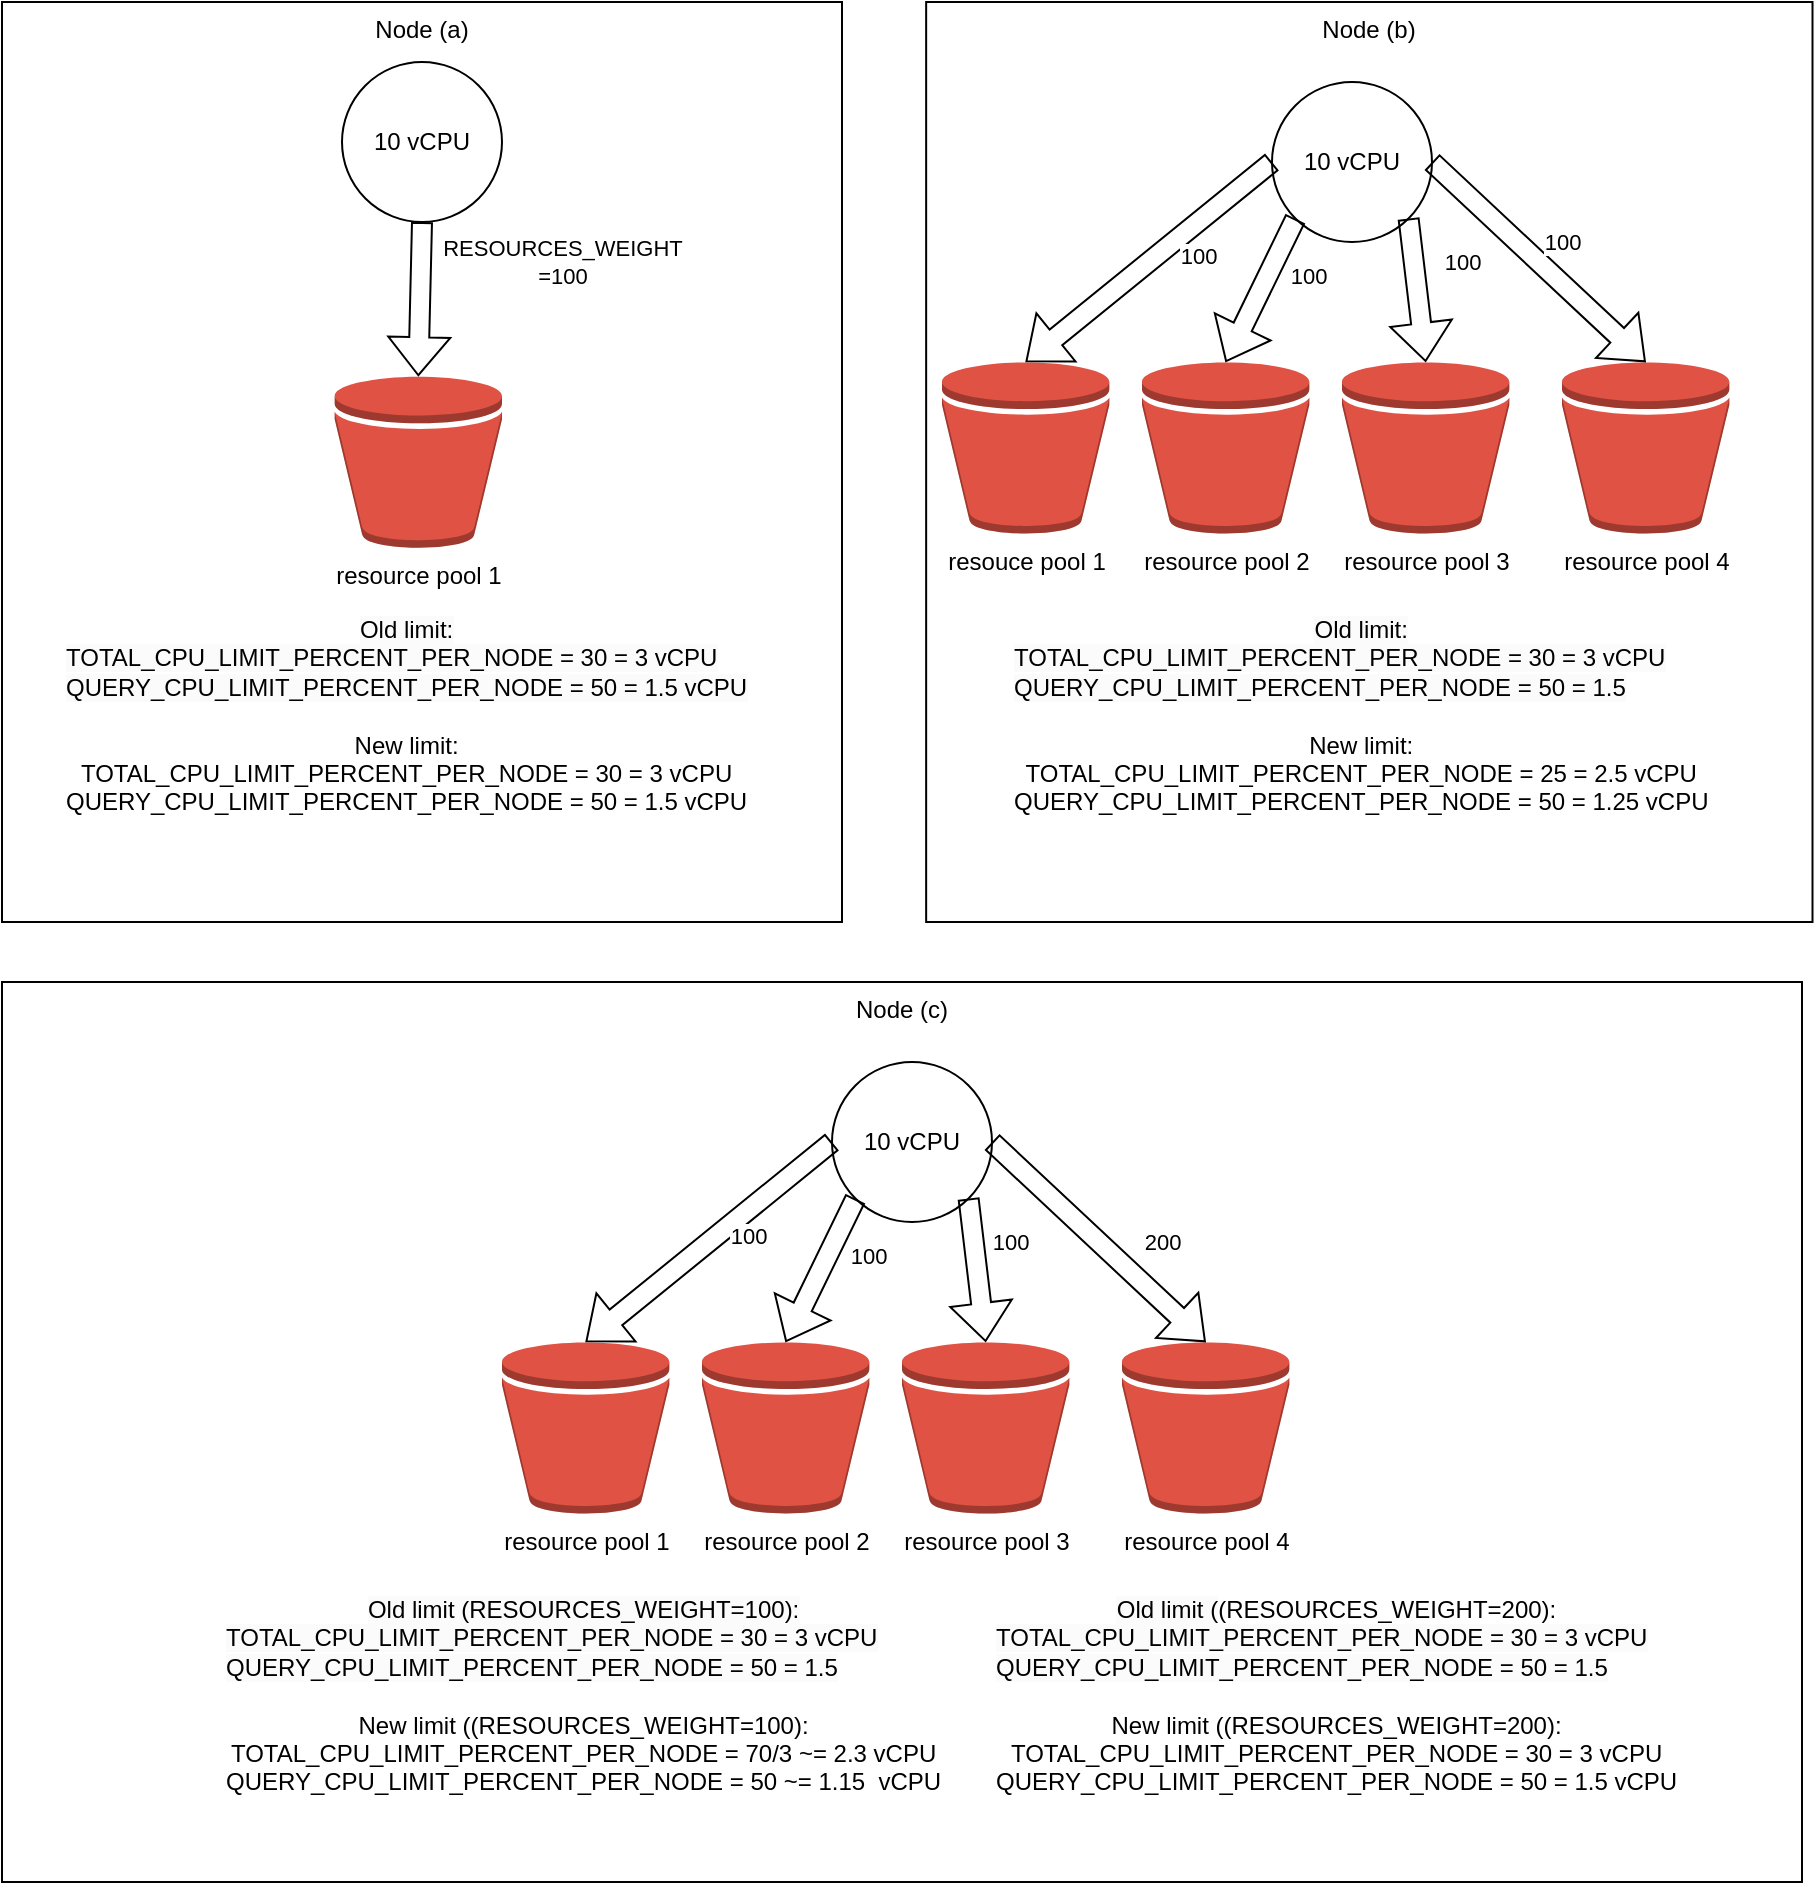
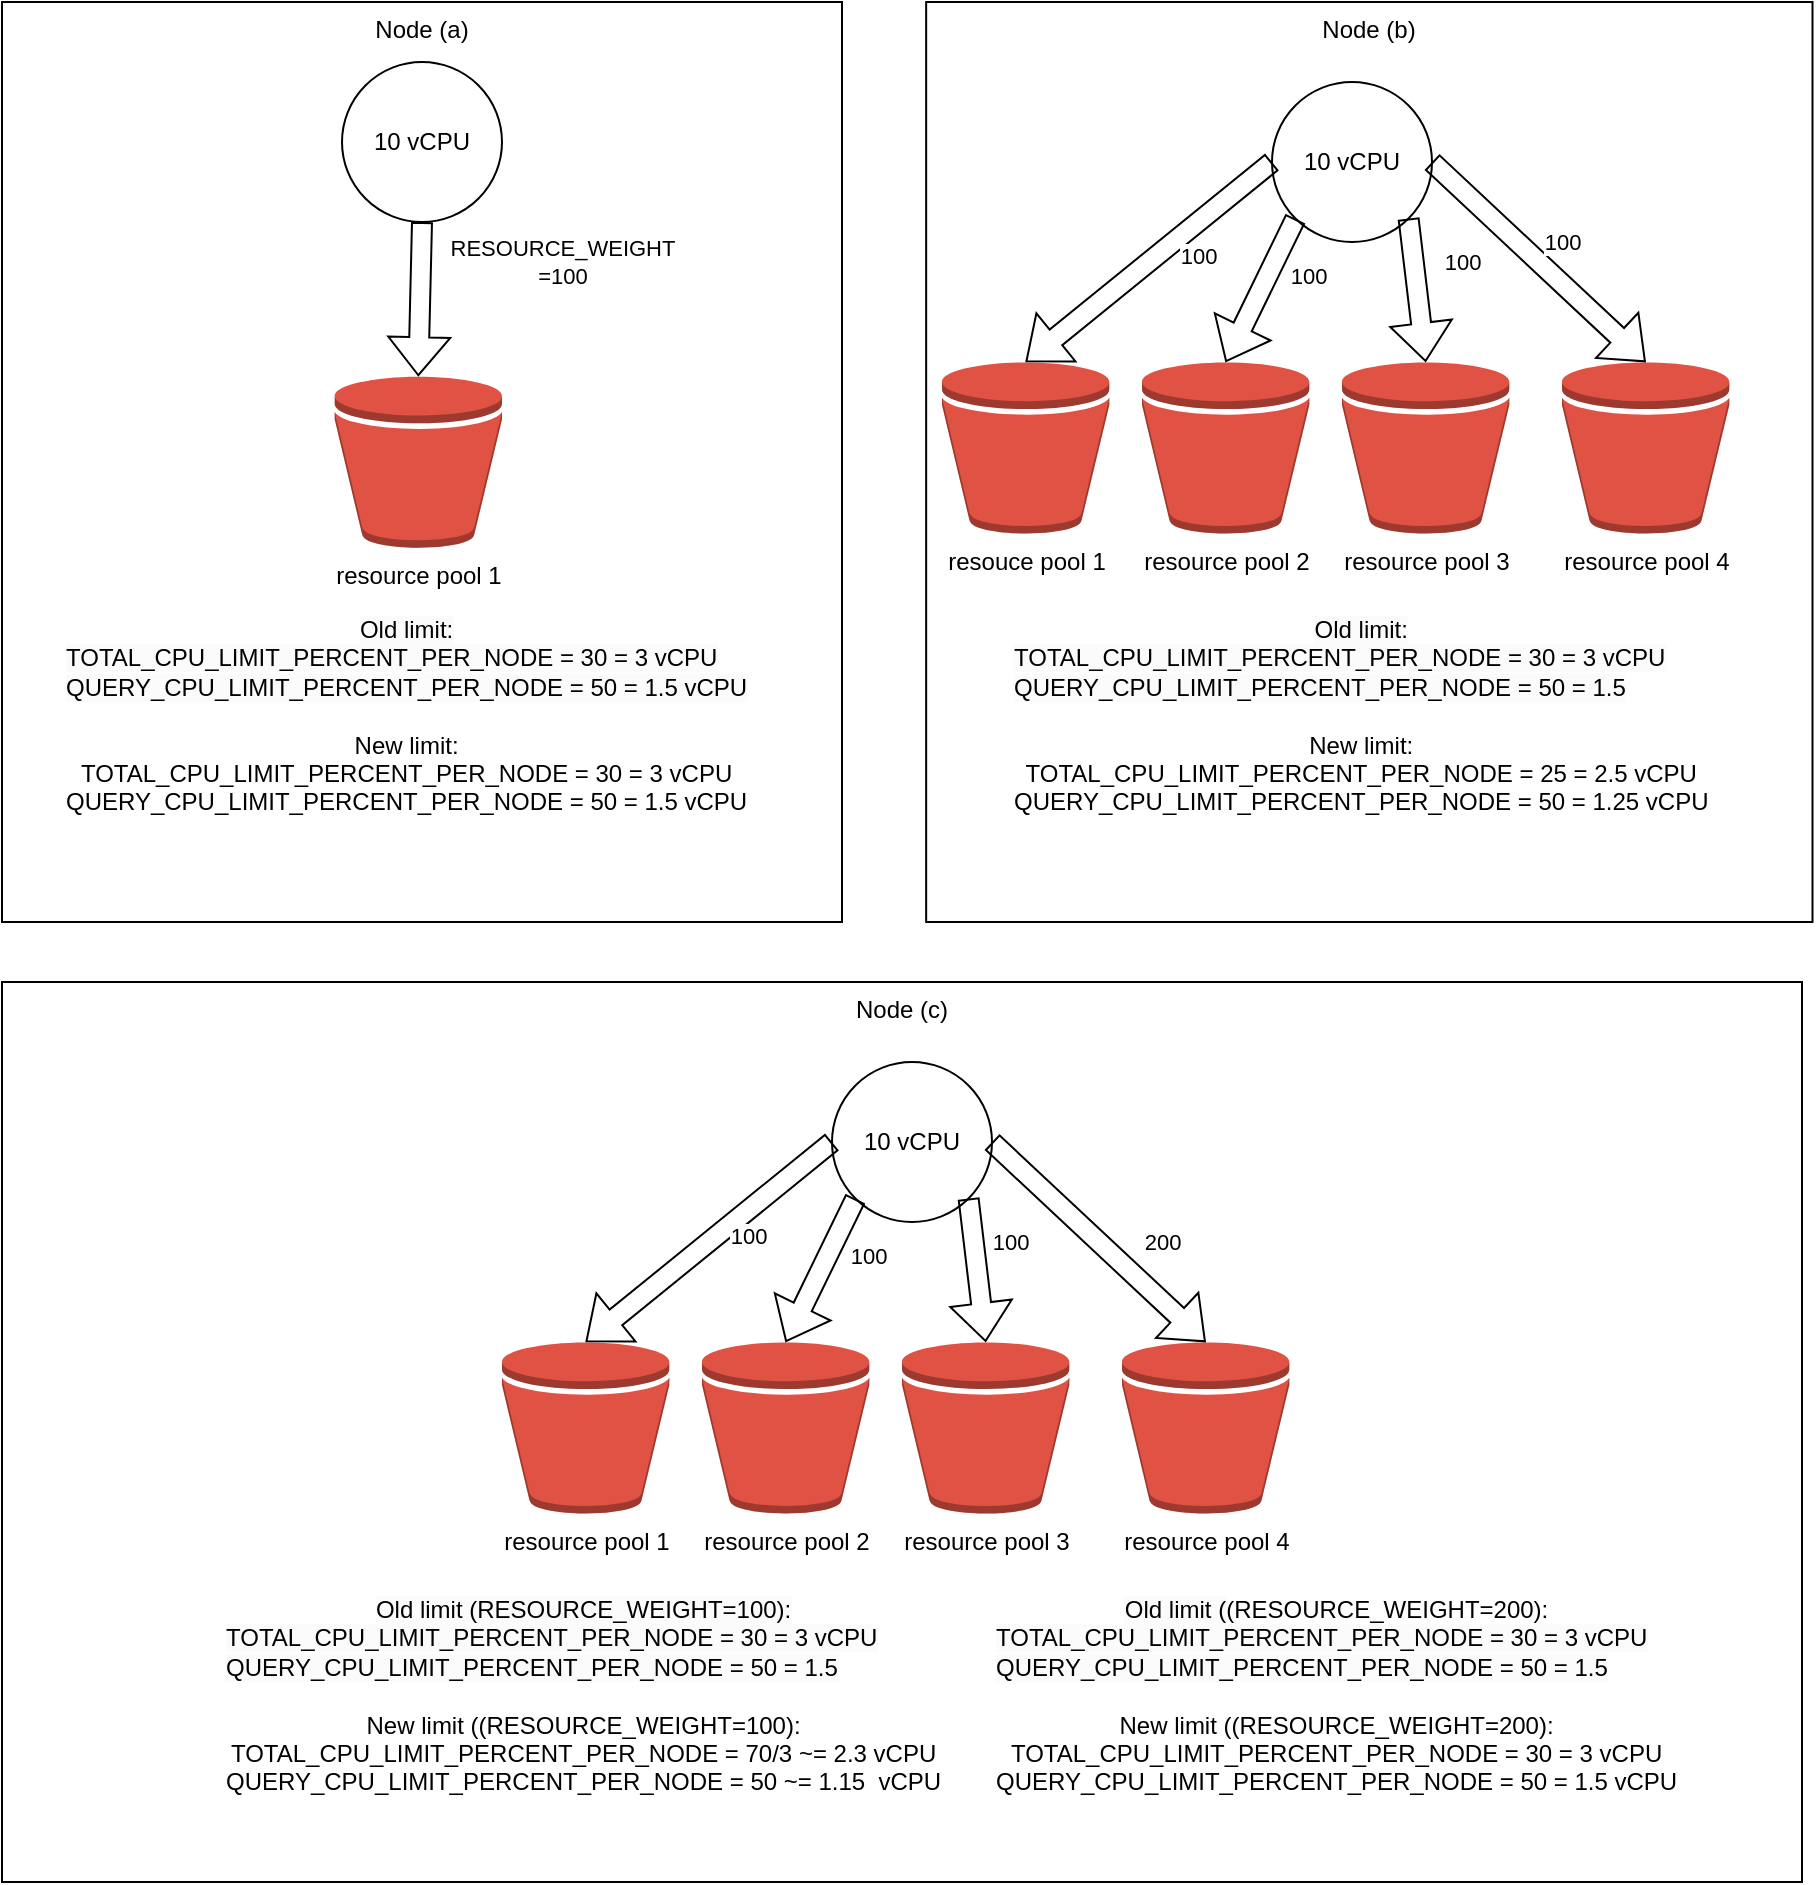
<mxfile host="Electron" agent="Mozilla/5.0 (Windows NT 10.0; Win64; x64) AppleWebKit/537.36 (KHTML, like Gecko) draw.io/28.2.7 Chrome/138.0.7204.251 Electron/37.7.1 Safari/537.36" version="28.2.7">
  <diagram name="Page-1" id="1kG_7Niz39jURVgGLvYL">
    <mxGraphModel dx="925" dy="607" grid="1" gridSize="10" guides="1" tooltips="1" connect="1" arrows="1" fold="1" page="1" pageScale="1" pageWidth="850" pageHeight="1100" math="0" shadow="0">
      <root>
        <mxCell id="0" />
        <mxCell id="1" parent="0" />
        <mxCell id="VCuo0HpmyH9Wwde20rOg-1" value="Node (a)" style="rounded=0;whiteSpace=wrap;html=1;verticalAlign=top;" parent="1" vertex="1">
          <mxGeometry x="60" y="30" width="420" height="460" as="geometry" />
        </mxCell>
        <mxCell id="VCuo0HpmyH9Wwde20rOg-2" value="Node (b)" style="rounded=0;whiteSpace=wrap;html=1;verticalAlign=top;" parent="1" vertex="1">
          <mxGeometry x="522.08" y="30" width="443.17" height="460" as="geometry" />
        </mxCell>
        <mxCell id="VCuo0HpmyH9Wwde20rOg-3" value="resource pool 1" style="outlineConnect=0;dashed=0;verticalLabelPosition=bottom;verticalAlign=top;align=center;html=1;shape=mxgraph.aws3.bucket;fillColor=#E05243;gradientColor=none;" parent="1" vertex="1">
          <mxGeometry x="226.34000000000003" y="217.13" width="83.66" height="85.75" as="geometry" />
        </mxCell>
        <mxCell id="VCuo0HpmyH9Wwde20rOg-4" value="10 vCPU" style="ellipse;whiteSpace=wrap;html=1;aspect=fixed;" parent="1" vertex="1">
          <mxGeometry x="230" y="60" width="80" height="80" as="geometry" />
        </mxCell>
        <mxCell id="VCuo0HpmyH9Wwde20rOg-5" value="&lt;div style=&quot;text-align: center;&quot;&gt;&lt;span style=&quot;color: rgb(0, 0, 0); font-family: Helvetica; font-size: 12px; font-style: normal; font-variant-ligatures: normal; font-variant-caps: normal; font-weight: 400; letter-spacing: normal; orphans: 2; text-indent: 0px; text-transform: none; widows: 2; word-spacing: 0px; -webkit-text-stroke-width: 0px; white-space: nowrap; background-color: rgb(251, 251, 251); text-decoration-thickness: initial; text-decoration-style: initial; text-decoration-color: initial; float: none; display: inline !important;&quot;&gt;Old limit:&lt;/span&gt;&lt;/div&gt;&lt;span style=&quot;color: rgb(0, 0, 0); font-family: Helvetica; font-size: 12px; font-style: normal; font-variant-ligatures: normal; font-variant-caps: normal; font-weight: 400; letter-spacing: normal; orphans: 2; text-align: center; text-indent: 0px; text-transform: none; widows: 2; word-spacing: 0px; -webkit-text-stroke-width: 0px; white-space: nowrap; background-color: rgb(251, 251, 251); text-decoration-thickness: initial; text-decoration-style: initial; text-decoration-color: initial; display: inline !important; float: none;&quot;&gt;TOTAL_CPU_LIMIT_PERCENT_PER_NODE = 30 = 3 vCPU&lt;/span&gt;&lt;br style=&quot;forced-color-adjust: none; color: rgb(0, 0, 0); font-family: Helvetica; font-size: 12px; font-style: normal; font-variant-ligatures: normal; font-variant-caps: normal; font-weight: 400; letter-spacing: normal; orphans: 2; text-align: center; text-indent: 0px; text-transform: none; widows: 2; word-spacing: 0px; -webkit-text-stroke-width: 0px; white-space: nowrap; background-color: rgb(251, 251, 251); text-decoration-thickness: initial; text-decoration-style: initial; text-decoration-color: initial;&quot;&gt;&lt;span style=&quot;color: rgb(0, 0, 0); font-family: Helvetica; font-size: 12px; font-style: normal; font-variant-ligatures: normal; font-variant-caps: normal; font-weight: 400; letter-spacing: normal; orphans: 2; text-align: center; text-indent: 0px; text-transform: none; widows: 2; word-spacing: 0px; -webkit-text-stroke-width: 0px; white-space: nowrap; background-color: rgb(251, 251, 251); text-decoration-thickness: initial; text-decoration-style: initial; text-decoration-color: initial; display: inline !important; float: none;&quot;&gt;QUERY_CPU_LIMIT_PERCENT_PER_NODE = 50 = 1.5 vCPU&lt;/span&gt;&lt;div&gt;&lt;span style=&quot;color: rgb(0, 0, 0); font-family: Helvetica; font-size: 12px; font-style: normal; font-variant-ligatures: normal; font-variant-caps: normal; font-weight: 400; letter-spacing: normal; orphans: 2; text-align: center; text-indent: 0px; text-transform: none; widows: 2; word-spacing: 0px; -webkit-text-stroke-width: 0px; white-space: nowrap; background-color: rgb(251, 251, 251); text-decoration-thickness: initial; text-decoration-style: initial; text-decoration-color: initial; display: inline !important; float: none;&quot;&gt;&lt;br&gt;&lt;/span&gt;&lt;/div&gt;&lt;div style=&quot;text-align: center;&quot;&gt;&lt;span style=&quot;text-wrap: nowrap;&quot;&gt;New limit:&lt;/span&gt;&lt;/div&gt;&lt;div style=&quot;text-align: center;&quot;&gt;&lt;span style=&quot;text-wrap: nowrap;&quot;&gt;TOTAL_CPU_LIMIT_PERCENT_PER_NODE = 30 = 3 vCPU&lt;/span&gt;&lt;br style=&quot;text-wrap: nowrap;&quot;&gt;&lt;span style=&quot;text-wrap: nowrap;&quot;&gt;QUERY_CPU_LIMIT_PERCENT_PER_NODE = 50 = 1.5 vCPU&lt;/span&gt;&lt;span style=&quot;text-wrap: nowrap;&quot;&gt;&lt;br&gt;&lt;/span&gt;&lt;/div&gt;" style="text;whiteSpace=wrap;html=1;" parent="1" vertex="1">
          <mxGeometry x="90" y="330" width="360" height="50" as="geometry" />
        </mxCell>
        <mxCell id="VCuo0HpmyH9Wwde20rOg-6" value="10 vCPU" style="ellipse;whiteSpace=wrap;html=1;aspect=fixed;" parent="1" vertex="1">
          <mxGeometry x="695" y="70" width="80" height="80" as="geometry" />
        </mxCell>
        <mxCell id="VCuo0HpmyH9Wwde20rOg-7" value="resouce pool 1" style="outlineConnect=0;dashed=0;verticalLabelPosition=bottom;verticalAlign=top;align=center;html=1;shape=mxgraph.aws3.bucket;fillColor=#E05243;gradientColor=none;" parent="1" vertex="1">
          <mxGeometry x="530" y="210" width="83.66" height="85.75" as="geometry" />
        </mxCell>
        <mxCell id="VCuo0HpmyH9Wwde20rOg-8" value="resource pool 3" style="outlineConnect=0;dashed=0;verticalLabelPosition=bottom;verticalAlign=top;align=center;html=1;shape=mxgraph.aws3.bucket;fillColor=#E05243;gradientColor=none;" parent="1" vertex="1">
          <mxGeometry x="730" y="210" width="83.66" height="85.75" as="geometry" />
        </mxCell>
        <mxCell id="VCuo0HpmyH9Wwde20rOg-9" value="resource pool 4" style="outlineConnect=0;dashed=0;verticalLabelPosition=bottom;verticalAlign=top;align=center;html=1;shape=mxgraph.aws3.bucket;fillColor=#E05243;gradientColor=none;" parent="1" vertex="1">
          <mxGeometry x="840" y="210" width="83.66" height="85.75" as="geometry" />
        </mxCell>
        <mxCell id="VCuo0HpmyH9Wwde20rOg-10" value="resource pool 2" style="outlineConnect=0;dashed=0;verticalLabelPosition=bottom;verticalAlign=top;align=center;html=1;shape=mxgraph.aws3.bucket;fillColor=#E05243;gradientColor=none;" parent="1" vertex="1">
          <mxGeometry x="630" y="210" width="83.66" height="85.75" as="geometry" />
        </mxCell>
        <mxCell id="VCuo0HpmyH9Wwde20rOg-11" value="" style="shape=flexArrow;endArrow=classic;html=1;rounded=0;exitX=0.5;exitY=1;exitDx=0;exitDy=0;entryX=0.5;entryY=0;entryDx=0;entryDy=0;entryPerimeter=0;" parent="1" source="VCuo0HpmyH9Wwde20rOg-4" target="VCuo0HpmyH9Wwde20rOg-3" edge="1">
          <mxGeometry width="50" height="50" relative="1" as="geometry">
            <mxPoint x="440" y="280" as="sourcePoint" />
            <mxPoint x="490" y="230" as="targetPoint" />
          </mxGeometry>
        </mxCell>
-         <mxCell id="VCuo0HpmyH9Wwde20rOg-12" value="RESOURCES_WEIGHT&lt;div&gt;=100&lt;/div&gt;" style="edgeLabel;html=1;align=center;verticalAlign=middle;resizable=0;points=[];" parent="VCuo0HpmyH9Wwde20rOg-11" vertex="1" connectable="0">
+         <mxCell id="VCuo0HpmyH9Wwde20rOg-12" value="RESOURCE_WEIGHT&lt;div&gt;=100&lt;/div&gt;" style="edgeLabel;html=1;align=center;verticalAlign=middle;resizable=0;points=[];" parent="VCuo0HpmyH9Wwde20rOg-11" vertex="1" connectable="0">
          <mxGeometry x="-0.1738" y="6" relative="1" as="geometry">
            <mxPoint x="65" y="-12" as="offset" />
          </mxGeometry>
        </mxCell>
        <mxCell id="VCuo0HpmyH9Wwde20rOg-13" value="" style="shape=flexArrow;endArrow=classic;html=1;rounded=0;exitX=0;exitY=0.5;exitDx=0;exitDy=0;entryX=0.5;entryY=0;entryDx=0;entryDy=0;entryPerimeter=0;" parent="1" source="VCuo0HpmyH9Wwde20rOg-6" target="VCuo0HpmyH9Wwde20rOg-7" edge="1">
          <mxGeometry width="50" height="50" relative="1" as="geometry">
            <mxPoint x="440" y="280" as="sourcePoint" />
            <mxPoint x="490" y="230" as="targetPoint" />
          </mxGeometry>
        </mxCell>
        <mxCell id="VCuo0HpmyH9Wwde20rOg-14" value="" style="shape=flexArrow;endArrow=classic;html=1;rounded=0;exitX=0;exitY=1;exitDx=0;exitDy=0;entryX=0.5;entryY=0;entryDx=0;entryDy=0;entryPerimeter=0;" parent="1" source="VCuo0HpmyH9Wwde20rOg-6" target="VCuo0HpmyH9Wwde20rOg-10" edge="1">
          <mxGeometry width="50" height="50" relative="1" as="geometry">
            <mxPoint x="440" y="280" as="sourcePoint" />
            <mxPoint x="490" y="230" as="targetPoint" />
          </mxGeometry>
        </mxCell>
        <mxCell id="VCuo0HpmyH9Wwde20rOg-15" value="" style="shape=flexArrow;endArrow=classic;html=1;rounded=0;exitX=1;exitY=1;exitDx=0;exitDy=0;entryX=0.5;entryY=0;entryDx=0;entryDy=0;entryPerimeter=0;" parent="1" source="VCuo0HpmyH9Wwde20rOg-6" target="VCuo0HpmyH9Wwde20rOg-8" edge="1">
          <mxGeometry width="50" height="50" relative="1" as="geometry">
            <mxPoint x="440" y="280" as="sourcePoint" />
            <mxPoint x="490" y="230" as="targetPoint" />
          </mxGeometry>
        </mxCell>
        <mxCell id="VCuo0HpmyH9Wwde20rOg-16" value="" style="shape=flexArrow;endArrow=classic;html=1;rounded=0;exitX=1;exitY=0.5;exitDx=0;exitDy=0;entryX=0.5;entryY=0;entryDx=0;entryDy=0;entryPerimeter=0;" parent="1" source="VCuo0HpmyH9Wwde20rOg-6" target="VCuo0HpmyH9Wwde20rOg-9" edge="1">
          <mxGeometry width="50" height="50" relative="1" as="geometry">
            <mxPoint x="440" y="280" as="sourcePoint" />
            <mxPoint x="490" y="230" as="targetPoint" />
          </mxGeometry>
        </mxCell>
        <mxCell id="VCuo0HpmyH9Wwde20rOg-17" value="100" style="edgeLabel;html=1;align=center;verticalAlign=middle;resizable=0;points=[];" parent="1" vertex="1" connectable="0">
          <mxGeometry x="789.9992878767832" y="160.00331390541896" as="geometry" />
        </mxCell>
        <mxCell id="VCuo0HpmyH9Wwde20rOg-18" value="100" style="edgeLabel;html=1;align=center;verticalAlign=middle;resizable=0;points=[];" parent="1" vertex="1" connectable="0">
          <mxGeometry x="839.9992878767832" y="150.00331390541896" as="geometry" />
        </mxCell>
        <mxCell id="VCuo0HpmyH9Wwde20rOg-19" value="100" style="edgeLabel;html=1;align=center;verticalAlign=middle;resizable=0;points=[];" parent="1" vertex="1" connectable="0">
          <mxGeometry x="809.9992878767832" y="160.00331390541896" as="geometry">
            <mxPoint x="-97" y="7" as="offset" />
          </mxGeometry>
        </mxCell>
        <mxCell id="VCuo0HpmyH9Wwde20rOg-20" value="100" style="edgeLabel;html=1;align=center;verticalAlign=middle;resizable=0;points=[];" parent="1" vertex="1" connectable="0">
          <mxGeometry x="754.9992878767832" y="150.00331390541896" as="geometry">
            <mxPoint x="-97" y="7" as="offset" />
          </mxGeometry>
        </mxCell>
        <mxCell id="VCuo0HpmyH9Wwde20rOg-21" value="&lt;div style=&quot;text-align: center;&quot;&gt;&lt;span style=&quot;color: rgb(0, 0, 0); font-family: Helvetica; font-size: 12px; font-style: normal; font-variant-ligatures: normal; font-variant-caps: normal; font-weight: 400; letter-spacing: normal; orphans: 2; text-indent: 0px; text-transform: none; widows: 2; word-spacing: 0px; -webkit-text-stroke-width: 0px; white-space: nowrap; background-color: rgb(251, 251, 251); text-decoration-thickness: initial; text-decoration-style: initial; text-decoration-color: initial; float: none; display: inline !important;&quot;&gt;Old limit:&lt;/span&gt;&lt;/div&gt;&lt;span style=&quot;color: rgb(0, 0, 0); font-family: Helvetica; font-size: 12px; font-style: normal; font-variant-ligatures: normal; font-variant-caps: normal; font-weight: 400; letter-spacing: normal; orphans: 2; text-align: center; text-indent: 0px; text-transform: none; widows: 2; word-spacing: 0px; -webkit-text-stroke-width: 0px; white-space: nowrap; background-color: rgb(251, 251, 251); text-decoration-thickness: initial; text-decoration-style: initial; text-decoration-color: initial; display: inline !important; float: none;&quot;&gt;TOTAL_CPU_LIMIT_PERCENT_PER_NODE = 30 = 3 vCPU&lt;/span&gt;&lt;br style=&quot;forced-color-adjust: none; color: rgb(0, 0, 0); font-family: Helvetica; font-size: 12px; font-style: normal; font-variant-ligatures: normal; font-variant-caps: normal; font-weight: 400; letter-spacing: normal; orphans: 2; text-align: center; text-indent: 0px; text-transform: none; widows: 2; word-spacing: 0px; -webkit-text-stroke-width: 0px; white-space: nowrap; background-color: rgb(251, 251, 251); text-decoration-thickness: initial; text-decoration-style: initial; text-decoration-color: initial;&quot;&gt;&lt;span style=&quot;color: rgb(0, 0, 0); font-family: Helvetica; font-size: 12px; font-style: normal; font-variant-ligatures: normal; font-variant-caps: normal; font-weight: 400; letter-spacing: normal; orphans: 2; text-align: center; text-indent: 0px; text-transform: none; widows: 2; word-spacing: 0px; -webkit-text-stroke-width: 0px; white-space: nowrap; background-color: rgb(251, 251, 251); text-decoration-thickness: initial; text-decoration-style: initial; text-decoration-color: initial; display: inline !important; float: none;&quot;&gt;QUERY_CPU_LIMIT_PERCENT_PER_NODE = 50 = 1.5&lt;/span&gt;&lt;div&gt;&lt;span style=&quot;color: rgb(0, 0, 0); font-family: Helvetica; font-size: 12px; font-style: normal; font-variant-ligatures: normal; font-variant-caps: normal; font-weight: 400; letter-spacing: normal; orphans: 2; text-align: center; text-indent: 0px; text-transform: none; widows: 2; word-spacing: 0px; -webkit-text-stroke-width: 0px; white-space: nowrap; background-color: rgb(251, 251, 251); text-decoration-thickness: initial; text-decoration-style: initial; text-decoration-color: initial; display: inline !important; float: none;&quot;&gt;&lt;br&gt;&lt;/span&gt;&lt;/div&gt;&lt;div style=&quot;text-align: center;&quot;&gt;&lt;span style=&quot;text-wrap: nowrap;&quot;&gt;New limit:&lt;/span&gt;&lt;/div&gt;&lt;div style=&quot;text-align: center;&quot;&gt;&lt;span style=&quot;text-wrap: nowrap;&quot;&gt;TOTAL_CPU_LIMIT_PERCENT_PER_NODE = 25 = 2.5 vCPU&lt;/span&gt;&lt;br style=&quot;text-wrap: nowrap;&quot;&gt;&lt;span style=&quot;text-wrap: nowrap;&quot;&gt;QUERY_CPU_LIMIT_PERCENT_PER_NODE = 50 = 1.25 vCPU&lt;/span&gt;&lt;span style=&quot;text-wrap: nowrap;&quot;&gt;&lt;br&gt;&lt;/span&gt;&lt;/div&gt;" style="text;whiteSpace=wrap;html=1;" parent="1" vertex="1">
          <mxGeometry x="563.6600000000001" y="330" width="360" height="50" as="geometry" />
        </mxCell>
        <mxCell id="VCuo0HpmyH9Wwde20rOg-22" value="Node (c)" style="rounded=0;whiteSpace=wrap;html=1;verticalAlign=top;" parent="1" vertex="1">
          <mxGeometry x="60" y="520" width="900" height="450" as="geometry" />
        </mxCell>
        <mxCell id="VCuo0HpmyH9Wwde20rOg-23" value="10 vCPU" style="ellipse;whiteSpace=wrap;html=1;aspect=fixed;" parent="1" vertex="1">
          <mxGeometry x="475" y="560" width="80" height="80" as="geometry" />
        </mxCell>
        <mxCell id="VCuo0HpmyH9Wwde20rOg-24" value="resource pool 1" style="outlineConnect=0;dashed=0;verticalLabelPosition=bottom;verticalAlign=top;align=center;html=1;shape=mxgraph.aws3.bucket;fillColor=#E05243;gradientColor=none;" parent="1" vertex="1">
          <mxGeometry x="310" y="700" width="83.66" height="85.75" as="geometry" />
        </mxCell>
        <mxCell id="VCuo0HpmyH9Wwde20rOg-25" value="resource pool 3" style="outlineConnect=0;dashed=0;verticalLabelPosition=bottom;verticalAlign=top;align=center;html=1;shape=mxgraph.aws3.bucket;fillColor=#E05243;gradientColor=none;" parent="1" vertex="1">
          <mxGeometry x="510" y="700" width="83.66" height="85.75" as="geometry" />
        </mxCell>
        <mxCell id="VCuo0HpmyH9Wwde20rOg-26" value="resource pool 4" style="outlineConnect=0;dashed=0;verticalLabelPosition=bottom;verticalAlign=top;align=center;html=1;shape=mxgraph.aws3.bucket;fillColor=#E05243;gradientColor=none;" parent="1" vertex="1">
          <mxGeometry x="620" y="700" width="83.66" height="85.75" as="geometry" />
        </mxCell>
        <mxCell id="VCuo0HpmyH9Wwde20rOg-27" value="resource pool 2" style="outlineConnect=0;dashed=0;verticalLabelPosition=bottom;verticalAlign=top;align=center;html=1;shape=mxgraph.aws3.bucket;fillColor=#E05243;gradientColor=none;" parent="1" vertex="1">
          <mxGeometry x="410" y="700" width="83.66" height="85.75" as="geometry" />
        </mxCell>
        <mxCell id="VCuo0HpmyH9Wwde20rOg-28" value="" style="shape=flexArrow;endArrow=classic;html=1;rounded=0;exitX=0;exitY=0.5;exitDx=0;exitDy=0;entryX=0.5;entryY=0;entryDx=0;entryDy=0;entryPerimeter=0;" parent="1" source="VCuo0HpmyH9Wwde20rOg-23" target="VCuo0HpmyH9Wwde20rOg-24" edge="1">
          <mxGeometry width="50" height="50" relative="1" as="geometry">
            <mxPoint x="220.00000000000003" y="770" as="sourcePoint" />
            <mxPoint x="270" y="720" as="targetPoint" />
          </mxGeometry>
        </mxCell>
        <mxCell id="VCuo0HpmyH9Wwde20rOg-29" value="" style="shape=flexArrow;endArrow=classic;html=1;rounded=0;exitX=0;exitY=1;exitDx=0;exitDy=0;entryX=0.5;entryY=0;entryDx=0;entryDy=0;entryPerimeter=0;" parent="1" source="VCuo0HpmyH9Wwde20rOg-23" target="VCuo0HpmyH9Wwde20rOg-27" edge="1">
          <mxGeometry width="50" height="50" relative="1" as="geometry">
            <mxPoint x="220.00000000000003" y="770" as="sourcePoint" />
            <mxPoint x="270" y="720" as="targetPoint" />
          </mxGeometry>
        </mxCell>
        <mxCell id="VCuo0HpmyH9Wwde20rOg-30" value="" style="shape=flexArrow;endArrow=classic;html=1;rounded=0;exitX=1;exitY=1;exitDx=0;exitDy=0;entryX=0.5;entryY=0;entryDx=0;entryDy=0;entryPerimeter=0;" parent="1" source="VCuo0HpmyH9Wwde20rOg-23" target="VCuo0HpmyH9Wwde20rOg-25" edge="1">
          <mxGeometry width="50" height="50" relative="1" as="geometry">
            <mxPoint x="220.00000000000003" y="770" as="sourcePoint" />
            <mxPoint x="270" y="720" as="targetPoint" />
          </mxGeometry>
        </mxCell>
        <mxCell id="VCuo0HpmyH9Wwde20rOg-31" value="" style="shape=flexArrow;endArrow=classic;html=1;rounded=0;exitX=1;exitY=0.5;exitDx=0;exitDy=0;entryX=0.5;entryY=0;entryDx=0;entryDy=0;entryPerimeter=0;" parent="1" source="VCuo0HpmyH9Wwde20rOg-23" target="VCuo0HpmyH9Wwde20rOg-26" edge="1">
          <mxGeometry width="50" height="50" relative="1" as="geometry">
            <mxPoint x="220.00000000000003" y="770" as="sourcePoint" />
            <mxPoint x="270" y="720" as="targetPoint" />
          </mxGeometry>
        </mxCell>
        <mxCell id="VCuo0HpmyH9Wwde20rOg-32" value="100" style="edgeLabel;html=1;align=center;verticalAlign=middle;resizable=0;points=[];" parent="1" vertex="1" connectable="0">
          <mxGeometry x="563.6592878767833" y="650.003313905419" as="geometry" />
        </mxCell>
        <mxCell id="VCuo0HpmyH9Wwde20rOg-33" value="200" style="edgeLabel;html=1;align=center;verticalAlign=middle;resizable=0;points=[];" parent="1" vertex="1" connectable="0">
          <mxGeometry x="639.9992878767832" y="650.003313905419" as="geometry" />
        </mxCell>
        <mxCell id="VCuo0HpmyH9Wwde20rOg-34" value="100" style="edgeLabel;html=1;align=center;verticalAlign=middle;resizable=0;points=[];" parent="1" vertex="1" connectable="0">
          <mxGeometry x="589.9992878767832" y="650.003313905419" as="geometry">
            <mxPoint x="-97" y="7" as="offset" />
          </mxGeometry>
        </mxCell>
        <mxCell id="VCuo0HpmyH9Wwde20rOg-35" value="100" style="edgeLabel;html=1;align=center;verticalAlign=middle;resizable=0;points=[];" parent="1" vertex="1" connectable="0">
          <mxGeometry x="529.9992878767832" y="640.003313905419" as="geometry">
            <mxPoint x="-97" y="7" as="offset" />
          </mxGeometry>
        </mxCell>
-         <mxCell id="VCuo0HpmyH9Wwde20rOg-36" value="&lt;div style=&quot;text-align: center;&quot;&gt;&lt;span style=&quot;color: rgb(0, 0, 0); font-family: Helvetica; font-size: 12px; font-style: normal; font-variant-ligatures: normal; font-variant-caps: normal; font-weight: 400; letter-spacing: normal; orphans: 2; text-indent: 0px; text-transform: none; widows: 2; word-spacing: 0px; -webkit-text-stroke-width: 0px; white-space: nowrap; background-color: rgb(251, 251, 251); text-decoration-thickness: initial; text-decoration-style: initial; text-decoration-color: initial; float: none; display: inline !important;&quot;&gt;Old limit (RESOURCES_WEIGHT=100):&lt;/span&gt;&lt;/div&gt;&lt;span style=&quot;color: rgb(0, 0, 0); font-family: Helvetica; font-size: 12px; font-style: normal; font-variant-ligatures: normal; font-variant-caps: normal; font-weight: 400; letter-spacing: normal; orphans: 2; text-align: center; text-indent: 0px; text-transform: none; widows: 2; word-spacing: 0px; -webkit-text-stroke-width: 0px; white-space: nowrap; background-color: rgb(251, 251, 251); text-decoration-thickness: initial; text-decoration-style: initial; text-decoration-color: initial; display: inline !important; float: none;&quot;&gt;TOTAL_CPU_LIMIT_PERCENT_PER_NODE = 30 = 3 vCPU&lt;/span&gt;&lt;br style=&quot;forced-color-adjust: none; color: rgb(0, 0, 0); font-family: Helvetica; font-size: 12px; font-style: normal; font-variant-ligatures: normal; font-variant-caps: normal; font-weight: 400; letter-spacing: normal; orphans: 2; text-align: center; text-indent: 0px; text-transform: none; widows: 2; word-spacing: 0px; -webkit-text-stroke-width: 0px; white-space: nowrap; background-color: rgb(251, 251, 251); text-decoration-thickness: initial; text-decoration-style: initial; text-decoration-color: initial;&quot;&gt;&lt;span style=&quot;color: rgb(0, 0, 0); font-family: Helvetica; font-size: 12px; font-style: normal; font-variant-ligatures: normal; font-variant-caps: normal; font-weight: 400; letter-spacing: normal; orphans: 2; text-align: center; text-indent: 0px; text-transform: none; widows: 2; word-spacing: 0px; -webkit-text-stroke-width: 0px; white-space: nowrap; background-color: rgb(251, 251, 251); text-decoration-thickness: initial; text-decoration-style: initial; text-decoration-color: initial; display: inline !important; float: none;&quot;&gt;QUERY_CPU_LIMIT_PERCENT_PER_NODE = 50 = 1.5&lt;/span&gt;&lt;div&gt;&lt;span style=&quot;color: rgb(0, 0, 0); font-family: Helvetica; font-size: 12px; font-style: normal; font-variant-ligatures: normal; font-variant-caps: normal; font-weight: 400; letter-spacing: normal; orphans: 2; text-align: center; text-indent: 0px; text-transform: none; widows: 2; word-spacing: 0px; -webkit-text-stroke-width: 0px; white-space: nowrap; background-color: rgb(251, 251, 251); text-decoration-thickness: initial; text-decoration-style: initial; text-decoration-color: initial; display: inline !important; float: none;&quot;&gt;&lt;br&gt;&lt;/span&gt;&lt;/div&gt;&lt;div style=&quot;text-align: center;&quot;&gt;&lt;span style=&quot;text-wrap: nowrap;&quot;&gt;New limit (&lt;/span&gt;&lt;span style=&quot;text-wrap: nowrap; background-color: initial;&quot;&gt;(RESOURCES_WEIGHT=100)&lt;/span&gt;&lt;span style=&quot;text-wrap: nowrap; background-color: initial;&quot;&gt;:&lt;/span&gt;&lt;/div&gt;&lt;div style=&quot;text-align: center;&quot;&gt;&lt;span style=&quot;text-wrap: nowrap;&quot;&gt;TOTAL_CPU_LIMIT_PERCENT_PER_NODE = 70/3 ~= 2.3 vCPU&lt;/span&gt;&lt;br style=&quot;text-wrap: nowrap;&quot;&gt;&lt;span style=&quot;text-wrap: nowrap;&quot;&gt;QUERY_CPU_LIMIT_PERCENT_PER_NODE = 50 ~= 1.15&amp;nbsp; vCPU&lt;/span&gt;&lt;span style=&quot;text-wrap: nowrap;&quot;&gt;&lt;br&gt;&lt;/span&gt;&lt;/div&gt;" style="text;whiteSpace=wrap;html=1;" parent="1" vertex="1">
+         <mxCell id="VCuo0HpmyH9Wwde20rOg-36" value="&lt;div style=&quot;text-align: center;&quot;&gt;&lt;span style=&quot;color: rgb(0, 0, 0); font-family: Helvetica; font-size: 12px; font-style: normal; font-variant-ligatures: normal; font-variant-caps: normal; font-weight: 400; letter-spacing: normal; orphans: 2; text-indent: 0px; text-transform: none; widows: 2; word-spacing: 0px; -webkit-text-stroke-width: 0px; white-space: nowrap; background-color: rgb(251, 251, 251); text-decoration-thickness: initial; text-decoration-style: initial; text-decoration-color: initial; float: none; display: inline !important;&quot;&gt;Old limit (RESOURCE_WEIGHT=100):&lt;/span&gt;&lt;/div&gt;&lt;span style=&quot;color: rgb(0, 0, 0); font-family: Helvetica; font-size: 12px; font-style: normal; font-variant-ligatures: normal; font-variant-caps: normal; font-weight: 400; letter-spacing: normal; orphans: 2; text-align: center; text-indent: 0px; text-transform: none; widows: 2; word-spacing: 0px; -webkit-text-stroke-width: 0px; white-space: nowrap; background-color: rgb(251, 251, 251); text-decoration-thickness: initial; text-decoration-style: initial; text-decoration-color: initial; display: inline !important; float: none;&quot;&gt;TOTAL_CPU_LIMIT_PERCENT_PER_NODE = 30 = 3 vCPU&lt;/span&gt;&lt;br style=&quot;forced-color-adjust: none; color: rgb(0, 0, 0); font-family: Helvetica; font-size: 12px; font-style: normal; font-variant-ligatures: normal; font-variant-caps: normal; font-weight: 400; letter-spacing: normal; orphans: 2; text-align: center; text-indent: 0px; text-transform: none; widows: 2; word-spacing: 0px; -webkit-text-stroke-width: 0px; white-space: nowrap; background-color: rgb(251, 251, 251); text-decoration-thickness: initial; text-decoration-style: initial; text-decoration-color: initial;&quot;&gt;&lt;span style=&quot;color: rgb(0, 0, 0); font-family: Helvetica; font-size: 12px; font-style: normal; font-variant-ligatures: normal; font-variant-caps: normal; font-weight: 400; letter-spacing: normal; orphans: 2; text-align: center; text-indent: 0px; text-transform: none; widows: 2; word-spacing: 0px; -webkit-text-stroke-width: 0px; white-space: nowrap; background-color: rgb(251, 251, 251); text-decoration-thickness: initial; text-decoration-style: initial; text-decoration-color: initial; display: inline !important; float: none;&quot;&gt;QUERY_CPU_LIMIT_PERCENT_PER_NODE = 50 = 1.5&lt;/span&gt;&lt;div&gt;&lt;span style=&quot;color: rgb(0, 0, 0); font-family: Helvetica; font-size: 12px; font-style: normal; font-variant-ligatures: normal; font-variant-caps: normal; font-weight: 400; letter-spacing: normal; orphans: 2; text-align: center; text-indent: 0px; text-transform: none; widows: 2; word-spacing: 0px; -webkit-text-stroke-width: 0px; white-space: nowrap; background-color: rgb(251, 251, 251); text-decoration-thickness: initial; text-decoration-style: initial; text-decoration-color: initial; display: inline !important; float: none;&quot;&gt;&lt;br&gt;&lt;/span&gt;&lt;/div&gt;&lt;div style=&quot;text-align: center;&quot;&gt;&lt;span style=&quot;text-wrap: nowrap;&quot;&gt;New limit (&lt;/span&gt;&lt;span style=&quot;text-wrap: nowrap; background-color: initial;&quot;&gt;(RESOURCE_WEIGHT=100)&lt;/span&gt;&lt;span style=&quot;text-wrap: nowrap; background-color: initial;&quot;&gt;:&lt;/span&gt;&lt;/div&gt;&lt;div style=&quot;text-align: center;&quot;&gt;&lt;span style=&quot;text-wrap: nowrap;&quot;&gt;TOTAL_CPU_LIMIT_PERCENT_PER_NODE = 70/3 ~= 2.3 vCPU&lt;/span&gt;&lt;br style=&quot;text-wrap: nowrap;&quot;&gt;&lt;span style=&quot;text-wrap: nowrap;&quot;&gt;QUERY_CPU_LIMIT_PERCENT_PER_NODE = 50 ~= 1.15&amp;nbsp; vCPU&lt;/span&gt;&lt;span style=&quot;text-wrap: nowrap;&quot;&gt;&lt;br&gt;&lt;/span&gt;&lt;/div&gt;" style="text;whiteSpace=wrap;html=1;" parent="1" vertex="1">
          <mxGeometry x="170.00000000000009" y="820" width="360" height="50" as="geometry" />
        </mxCell>
-         <mxCell id="VCuo0HpmyH9Wwde20rOg-37" value="&lt;div style=&quot;text-align: center;&quot;&gt;&lt;span style=&quot;color: rgb(0, 0, 0); font-family: Helvetica; font-size: 12px; font-style: normal; font-variant-ligatures: normal; font-variant-caps: normal; font-weight: 400; letter-spacing: normal; orphans: 2; text-indent: 0px; text-transform: none; widows: 2; word-spacing: 0px; -webkit-text-stroke-width: 0px; white-space: nowrap; background-color: rgb(251, 251, 251); text-decoration-thickness: initial; text-decoration-style: initial; text-decoration-color: initial; float: none; display: inline !important;&quot;&gt;Old limit (&lt;/span&gt;&lt;span style=&quot;text-wrap: nowrap; background-color: initial;&quot;&gt;(RESOURCES_WEIGHT=200)&lt;/span&gt;&lt;span style=&quot;text-wrap: nowrap;&quot;&gt;:&lt;/span&gt;&lt;/div&gt;&lt;span style=&quot;color: rgb(0, 0, 0); font-family: Helvetica; font-size: 12px; font-style: normal; font-variant-ligatures: normal; font-variant-caps: normal; font-weight: 400; letter-spacing: normal; orphans: 2; text-align: center; text-indent: 0px; text-transform: none; widows: 2; word-spacing: 0px; -webkit-text-stroke-width: 0px; white-space: nowrap; background-color: rgb(251, 251, 251); text-decoration-thickness: initial; text-decoration-style: initial; text-decoration-color: initial; display: inline !important; float: none;&quot;&gt;TOTAL_CPU_LIMIT_PERCENT_PER_NODE = 30 = 3 vCPU&lt;/span&gt;&lt;br style=&quot;forced-color-adjust: none; color: rgb(0, 0, 0); font-family: Helvetica; font-size: 12px; font-style: normal; font-variant-ligatures: normal; font-variant-caps: normal; font-weight: 400; letter-spacing: normal; orphans: 2; text-align: center; text-indent: 0px; text-transform: none; widows: 2; word-spacing: 0px; -webkit-text-stroke-width: 0px; white-space: nowrap; background-color: rgb(251, 251, 251); text-decoration-thickness: initial; text-decoration-style: initial; text-decoration-color: initial;&quot;&gt;&lt;span style=&quot;color: rgb(0, 0, 0); font-family: Helvetica; font-size: 12px; font-style: normal; font-variant-ligatures: normal; font-variant-caps: normal; font-weight: 400; letter-spacing: normal; orphans: 2; text-align: center; text-indent: 0px; text-transform: none; widows: 2; word-spacing: 0px; -webkit-text-stroke-width: 0px; white-space: nowrap; background-color: rgb(251, 251, 251); text-decoration-thickness: initial; text-decoration-style: initial; text-decoration-color: initial; display: inline !important; float: none;&quot;&gt;QUERY_CPU_LIMIT_PERCENT_PER_NODE = 50 = 1.5&lt;/span&gt;&lt;div&gt;&lt;span style=&quot;color: rgb(0, 0, 0); font-family: Helvetica; font-size: 12px; font-style: normal; font-variant-ligatures: normal; font-variant-caps: normal; font-weight: 400; letter-spacing: normal; orphans: 2; text-align: center; text-indent: 0px; text-transform: none; widows: 2; word-spacing: 0px; -webkit-text-stroke-width: 0px; white-space: nowrap; background-color: rgb(251, 251, 251); text-decoration-thickness: initial; text-decoration-style: initial; text-decoration-color: initial; display: inline !important; float: none;&quot;&gt;&lt;br&gt;&lt;/span&gt;&lt;/div&gt;&lt;div style=&quot;text-align: center;&quot;&gt;&lt;span style=&quot;text-wrap: nowrap;&quot;&gt;New limit (&lt;/span&gt;&lt;span style=&quot;text-wrap: nowrap; background-color: initial;&quot;&gt;(RESOURCES_WEIGHT=200)&lt;/span&gt;&lt;span style=&quot;text-wrap: nowrap; background-color: initial;&quot;&gt;:&lt;/span&gt;&lt;/div&gt;&lt;div style=&quot;text-align: center;&quot;&gt;&lt;span style=&quot;text-wrap: nowrap;&quot;&gt;TOTAL_CPU_LIMIT_PERCENT_PER_NODE = 30 = 3 vCPU&lt;/span&gt;&lt;br style=&quot;text-wrap: nowrap;&quot;&gt;&lt;span style=&quot;text-wrap: nowrap;&quot;&gt;QUERY_CPU_LIMIT_PERCENT_PER_NODE = 50 = 1.5 vCPU&lt;/span&gt;&lt;span style=&quot;text-wrap: nowrap;&quot;&gt;&lt;br&gt;&lt;/span&gt;&lt;/div&gt;" style="text;whiteSpace=wrap;html=1;" parent="1" vertex="1">
+         <mxCell id="VCuo0HpmyH9Wwde20rOg-37" value="&lt;div style=&quot;text-align: center;&quot;&gt;&lt;span style=&quot;color: rgb(0, 0, 0); font-family: Helvetica; font-size: 12px; font-style: normal; font-variant-ligatures: normal; font-variant-caps: normal; font-weight: 400; letter-spacing: normal; orphans: 2; text-indent: 0px; text-transform: none; widows: 2; word-spacing: 0px; -webkit-text-stroke-width: 0px; white-space: nowrap; background-color: rgb(251, 251, 251); text-decoration-thickness: initial; text-decoration-style: initial; text-decoration-color: initial; float: none; display: inline !important;&quot;&gt;Old limit (&lt;/span&gt;&lt;span style=&quot;text-wrap: nowrap; background-color: initial;&quot;&gt;(RESOURCE_WEIGHT=200)&lt;/span&gt;&lt;span style=&quot;text-wrap: nowrap;&quot;&gt;:&lt;/span&gt;&lt;/div&gt;&lt;span style=&quot;color: rgb(0, 0, 0); font-family: Helvetica; font-size: 12px; font-style: normal; font-variant-ligatures: normal; font-variant-caps: normal; font-weight: 400; letter-spacing: normal; orphans: 2; text-align: center; text-indent: 0px; text-transform: none; widows: 2; word-spacing: 0px; -webkit-text-stroke-width: 0px; white-space: nowrap; background-color: rgb(251, 251, 251); text-decoration-thickness: initial; text-decoration-style: initial; text-decoration-color: initial; display: inline !important; float: none;&quot;&gt;TOTAL_CPU_LIMIT_PERCENT_PER_NODE = 30 = 3 vCPU&lt;/span&gt;&lt;br style=&quot;forced-color-adjust: none; color: rgb(0, 0, 0); font-family: Helvetica; font-size: 12px; font-style: normal; font-variant-ligatures: normal; font-variant-caps: normal; font-weight: 400; letter-spacing: normal; orphans: 2; text-align: center; text-indent: 0px; text-transform: none; widows: 2; word-spacing: 0px; -webkit-text-stroke-width: 0px; white-space: nowrap; background-color: rgb(251, 251, 251); text-decoration-thickness: initial; text-decoration-style: initial; text-decoration-color: initial;&quot;&gt;&lt;span style=&quot;color: rgb(0, 0, 0); font-family: Helvetica; font-size: 12px; font-style: normal; font-variant-ligatures: normal; font-variant-caps: normal; font-weight: 400; letter-spacing: normal; orphans: 2; text-align: center; text-indent: 0px; text-transform: none; widows: 2; word-spacing: 0px; -webkit-text-stroke-width: 0px; white-space: nowrap; background-color: rgb(251, 251, 251); text-decoration-thickness: initial; text-decoration-style: initial; text-decoration-color: initial; display: inline !important; float: none;&quot;&gt;QUERY_CPU_LIMIT_PERCENT_PER_NODE = 50 = 1.5&lt;/span&gt;&lt;div&gt;&lt;span style=&quot;color: rgb(0, 0, 0); font-family: Helvetica; font-size: 12px; font-style: normal; font-variant-ligatures: normal; font-variant-caps: normal; font-weight: 400; letter-spacing: normal; orphans: 2; text-align: center; text-indent: 0px; text-transform: none; widows: 2; word-spacing: 0px; -webkit-text-stroke-width: 0px; white-space: nowrap; background-color: rgb(251, 251, 251); text-decoration-thickness: initial; text-decoration-style: initial; text-decoration-color: initial; display: inline !important; float: none;&quot;&gt;&lt;br&gt;&lt;/span&gt;&lt;/div&gt;&lt;div style=&quot;text-align: center;&quot;&gt;&lt;span style=&quot;text-wrap: nowrap;&quot;&gt;New limit (&lt;/span&gt;&lt;span style=&quot;text-wrap: nowrap; background-color: initial;&quot;&gt;(RESOURCE_WEIGHT=200)&lt;/span&gt;&lt;span style=&quot;text-wrap: nowrap; background-color: initial;&quot;&gt;:&lt;/span&gt;&lt;/div&gt;&lt;div style=&quot;text-align: center;&quot;&gt;&lt;span style=&quot;text-wrap: nowrap;&quot;&gt;TOTAL_CPU_LIMIT_PERCENT_PER_NODE = 30 = 3 vCPU&lt;/span&gt;&lt;br style=&quot;text-wrap: nowrap;&quot;&gt;&lt;span style=&quot;text-wrap: nowrap;&quot;&gt;QUERY_CPU_LIMIT_PERCENT_PER_NODE = 50 = 1.5 vCPU&lt;/span&gt;&lt;span style=&quot;text-wrap: nowrap;&quot;&gt;&lt;br&gt;&lt;/span&gt;&lt;/div&gt;" style="text;whiteSpace=wrap;html=1;" parent="1" vertex="1">
          <mxGeometry x="555" y="820" width="360" height="50" as="geometry" />
        </mxCell>
      </root>
    </mxGraphModel>
  </diagram>
</mxfile>
